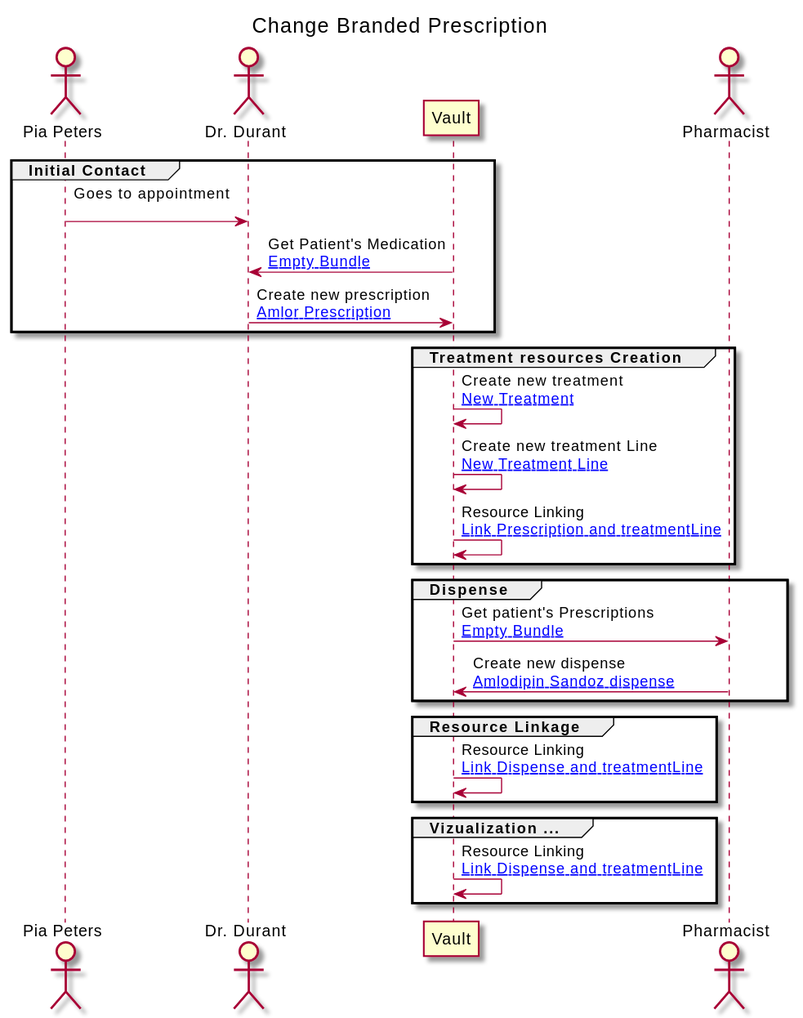
Above: branches/master/ExampleScenario-example-1-scenario.svg in jcostateixeira/riziv-medication-record (PlantUML), before the change.
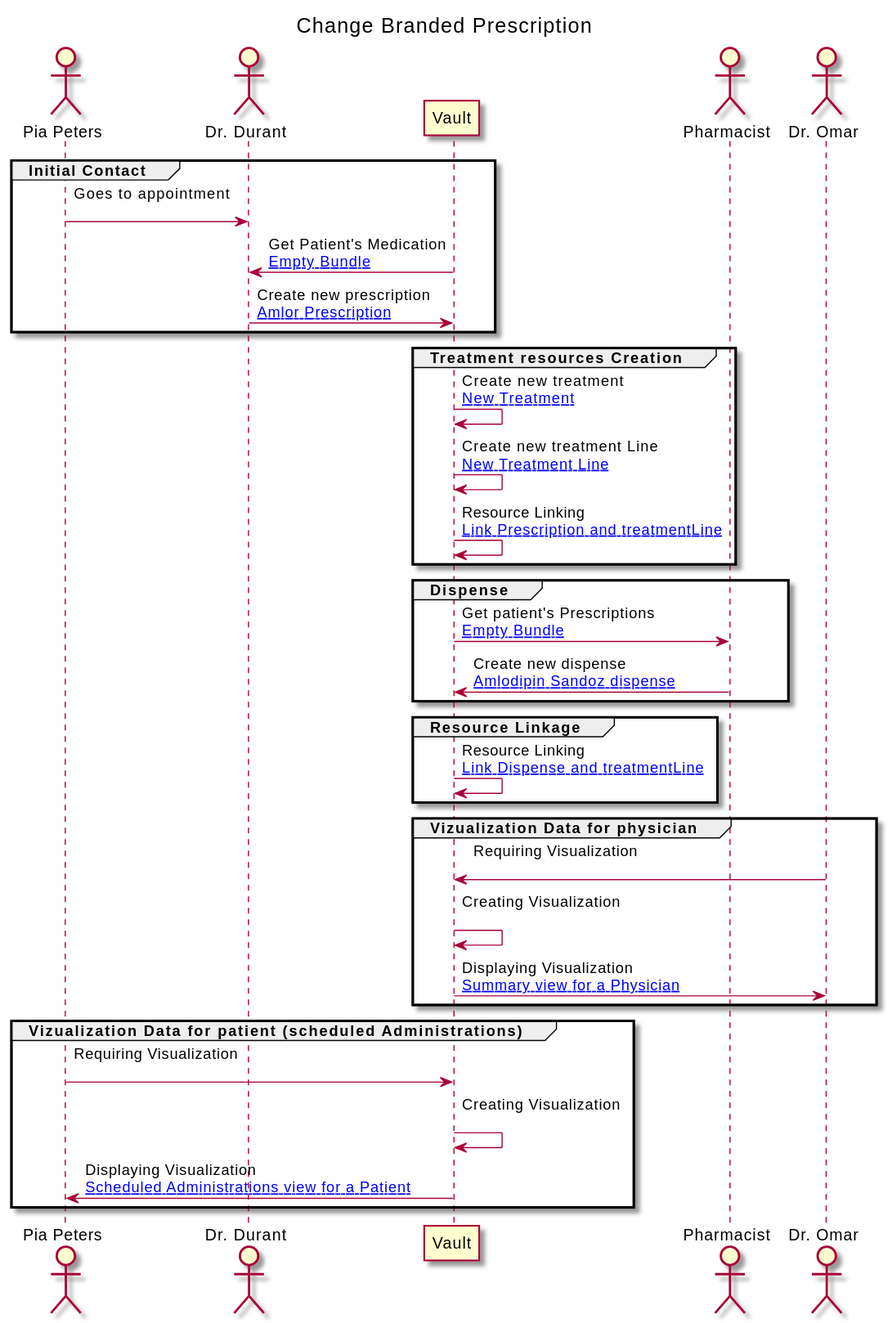
Above is the later version.

The edit, as a diff of the source:
```diff
@@ -7,6 +7,7 @@
 actor "Dr. Durant" as GP
 participant "Vault" as VAULT
 actor "Pharmacist" as PHARM
+actor "Dr. Omar" as GP2
 
 
 
@@ -38,9 +39,18 @@
 VAULT -> VAULT : Resource Linking\n[[ExampleScenario-example-1-scenario-resources.html#1-2-provenance Link Dispense and treatmentLine]]
 end
 
-group Vizualization ...
+group Vizualization Data for physician
 
-VAULT -> VAULT : Resource Linking\n[[ExampleScenario-example-1-scenario-resources.html#1-2-provenance Link Dispense and treatmentLine]]
+GP2 -> VAULT : Requiring Visualization\n
+VAULT -> VAULT : Creating Visualization\n
+VAULT -> GP2 : Displaying Visualization\n[[ExampleScenario-example-1-scenario-resources.html#1-summary-view Summary view for a Physician]]
+end
+
+group Vizualization Data for patient (scheduled Administrations)
+
+PATIENT -> VAULT : Requiring Visualization\n
+VAULT -> VAULT : Creating Visualization\n
+VAULT -> PATIENT : Displaying Visualization\n[[ExampleScenario-example-1-scenario-resources.html#1-scheduled-view Scheduled Administrations view for a Patient]]
 end
 
 
```
